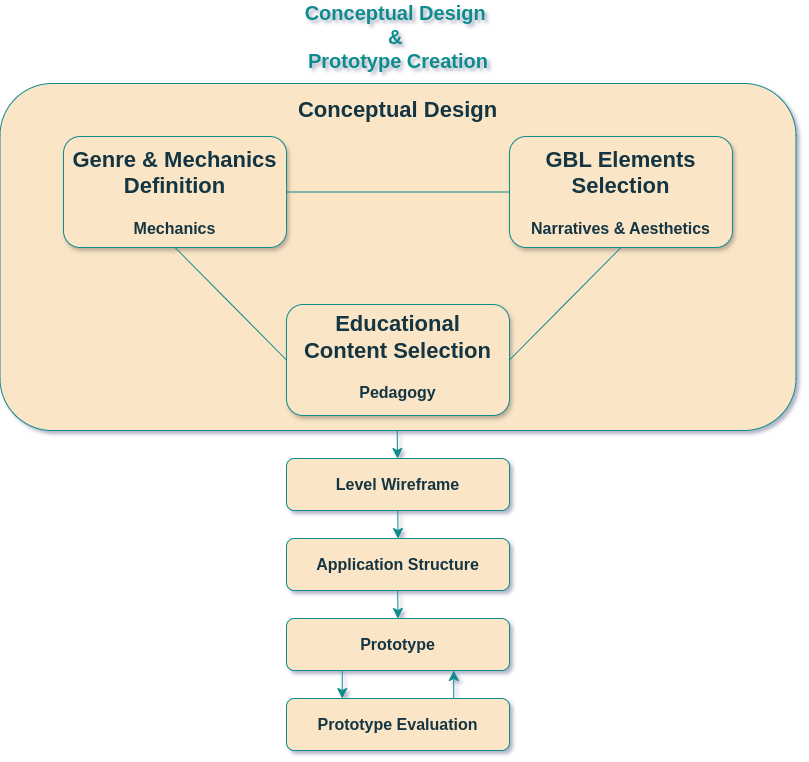
Earlier version of the draw.io export chapter-6/image001_design_flow.png (StelTheo73/thesis-docs). Source tidied: cells renumbered, new cells last; positions are measured from the earlier drawing's top-left corner, leaving out a move shared by most shapes.
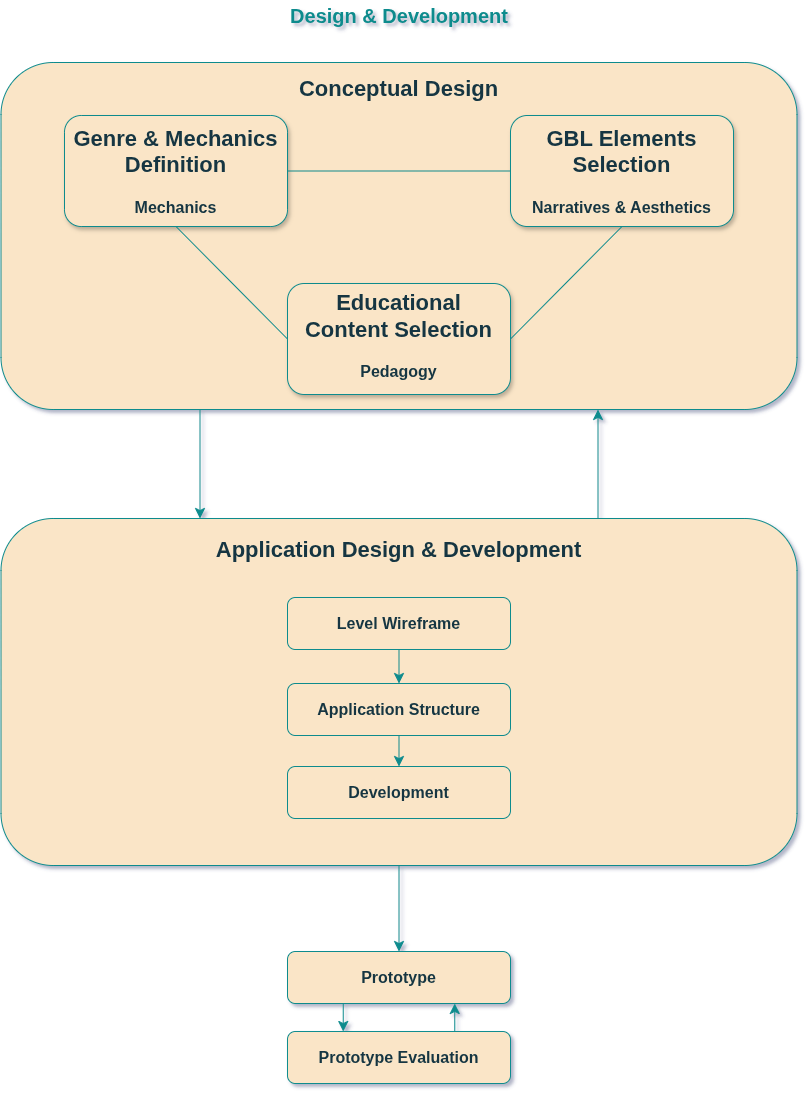
After the change.

Diff of the diagram source:
```diff
@@ -2,60 +2,15 @@
   <root>
     <mxCell id="0" />
     <mxCell id="1" parent="0" />
-    <mxCell id="2" style="rounded=1;whiteSpace=wrap;html=1;labelBackgroundColor=none;fillColor=#FAE5C7;strokeColor=#0F8B8D;fontColor=#143642;" parent="1" vertex="1">
-      <mxGeometry x="287" y="437" width="223" height="52" as="geometry" />
-    </mxCell>
+    <mxCell id="27" style="rounded=1;whiteSpace=wrap;html=1;labelBackgroundColor=none;fillColor=#FAE5C7;strokeColor=#0F8B8D;fontColor=#143642;" parent="1" vertex="1">
+      <mxGeometry x="0.5" y="518" width="796" height="347" as="geometry" />
+    </mxCell>
     <mxCell id="3" style="rounded=1;whiteSpace=wrap;html=1;labelBackgroundColor=none;fillColor=#FAE5C7;strokeColor=#0F8B8D;fontColor=#143642;" parent="1" vertex="1">
       <mxGeometry x="0.5" y="62" width="796" height="347" as="geometry" />
     </mxCell>
-    <mxCell id="4" style="rounded=1;whiteSpace=wrap;html=1;labelBackgroundColor=none;fillColor=#FAE5C7;strokeColor=#0F8B8D;fontColor=#143642;" parent="1" vertex="1">
-      <mxGeometry x="287" y="517" width="223" height="52" as="geometry" />
-    </mxCell>
-    <mxCell id="5" value="&lt;b&gt;&lt;font style=&quot;font-size: 16px;&quot;&gt;Level Wireframe&lt;/font&gt;&lt;/b&gt;" style="text;html=1;align=center;verticalAlign=middle;whiteSpace=wrap;rounded=0;labelBackgroundColor=none;fontColor=#143642;" parent="1" vertex="1">
-      <mxGeometry x="291" y="448" width="215" height="30" as="geometry" />
-    </mxCell>
-    <mxCell id="6" style="rounded=1;whiteSpace=wrap;html=1;labelBackgroundColor=none;fillColor=#FAE5C7;strokeColor=#0F8B8D;fontColor=#143642;" parent="1" vertex="1">
-      <mxGeometry x="287" y="597" width="223" height="52" as="geometry" />
-    </mxCell>
-    <mxCell id="7" value="&lt;b&gt;&lt;font style=&quot;font-size: 16px;&quot;&gt;Prototype&lt;/font&gt;&lt;/b&gt;" style="text;html=1;align=center;verticalAlign=middle;whiteSpace=wrap;rounded=0;labelBackgroundColor=none;fontColor=#143642;" parent="1" vertex="1">
-      <mxGeometry x="291" y="608" width="215" height="30" as="geometry" />
-    </mxCell>
-    <mxCell id="8" style="rounded=1;whiteSpace=wrap;html=1;labelBackgroundColor=none;fillColor=#FAE5C7;strokeColor=#0F8B8D;fontColor=#143642;" parent="1" vertex="1">
-      <mxGeometry x="287" y="677" width="223" height="52" as="geometry" />
-    </mxCell>
-    <mxCell id="9" value="&lt;b&gt;&lt;font style=&quot;font-size: 16px;&quot;&gt;Prototype Evaluation&lt;/font&gt;&lt;/b&gt;" style="text;html=1;align=center;verticalAlign=middle;whiteSpace=wrap;rounded=0;labelBackgroundColor=none;fontColor=#143642;" parent="1" vertex="1">
-      <mxGeometry x="291" y="688" width="215" height="30" as="geometry" />
-    </mxCell>
-    <mxCell id="10" style="endArrow=classic;html=1;rounded=0;strokeColor=light-dark(#0f8b8d, #0F8B8D);fontSize=12;fontColor=#143642;startSize=8;endSize=8;curved=1;fillColor=#FAE5C7;exitX=0.5;exitY=1;exitDx=0;exitDy=0;" parent="1" edge="1">
-      <mxGeometry relative="1" as="geometry">
-        <mxPoint x="397.7" y="409" as="sourcePoint" />
-        <mxPoint x="398" y="437" as="targetPoint" />
-      </mxGeometry>
-    </mxCell>
-    <mxCell id="11" style="endArrow=classic;html=1;rounded=0;strokeColor=light-dark(#0f8b8d, #0F8B8D);fontSize=12;fontColor=#143642;startSize=8;endSize=8;curved=1;fillColor=#FAE5C7;exitX=0.5;exitY=1;exitDx=0;exitDy=0;" parent="1" edge="1">
-      <mxGeometry relative="1" as="geometry">
-        <mxPoint x="398.2" y="569" as="sourcePoint" />
-        <mxPoint x="398.5" y="597" as="targetPoint" />
-      </mxGeometry>
-    </mxCell>
-    <mxCell id="12" style="endArrow=classic;html=1;rounded=0;strokeColor=light-dark(#0f8b8d, #121212);fontSize=12;fontColor=#143642;startSize=8;endSize=8;curved=1;fillColor=#FAE5C7;exitX=0.25;exitY=1;exitDx=0;exitDy=0;entryX=0.25;entryY=0;entryDx=0;entryDy=0;" parent="1" edge="1" source="6" target="8">
-      <mxGeometry relative="1" as="geometry" />
-    </mxCell>
-    <mxCell id="13" style="endArrow=classic;html=1;rounded=0;strokeColor=light-dark(#0f8b8d, #ffa19c);fontSize=12;fontColor=#143642;startSize=8;endSize=8;curved=1;fillColor=#FAE5C7;entryX=0.75;entryY=1;entryDx=0;entryDy=0;exitX=0.75;exitY=0;exitDx=0;exitDy=0;" parent="1" edge="1" source="8" target="6">
-      <mxGeometry relative="1" as="geometry" />
-    </mxCell>
-    <mxCell id="14" value="&lt;font&gt;&lt;b&gt;Conceptual Design&amp;nbsp;&lt;/b&gt;&lt;/font&gt;&lt;div&gt;&lt;font&gt;&lt;b&gt;&amp;amp;&amp;nbsp;&lt;/b&gt;&lt;/font&gt;&lt;/div&gt;&lt;div&gt;&lt;font&gt;&lt;b&gt;Prototype Creation&lt;/b&gt;&lt;/font&gt;&lt;/div&gt;" style="text;html=1;align=center;verticalAlign=middle;whiteSpace=wrap;rounded=0;fontColor=light-dark(#0f8b8d, #adcad5);fontSize=20;" parent="1" vertex="1">
+    <mxCell id="14" value="&lt;b&gt;Design &amp;amp; Development&lt;/b&gt;" style="text;html=1;align=center;verticalAlign=middle;whiteSpace=wrap;rounded=0;fontColor=light-dark(#0f8b8d, #adcad5);fontSize=20;" parent="1" vertex="1">
       <mxGeometry x="268.5" width="260" height="30" as="geometry" />
     </mxCell>
-    <mxCell id="15" value="&lt;span style=&quot;font-size: 16px;&quot;&gt;&lt;b&gt;Application Structure&lt;/b&gt;&lt;/span&gt;" style="text;html=1;align=center;verticalAlign=middle;whiteSpace=wrap;rounded=0;labelBackgroundColor=none;fontColor=#143642;" parent="1" vertex="1">
-      <mxGeometry x="291" y="528" width="215" height="30" as="geometry" />
-    </mxCell>
-    <mxCell id="16" style="endArrow=classic;html=1;rounded=0;strokeColor=light-dark(#0f8b8d, #0F8B8D);fontSize=12;fontColor=#143642;startSize=8;endSize=8;curved=1;fillColor=#FAE5C7;exitX=0.5;exitY=1;exitDx=0;exitDy=0;" parent="1" edge="1">
-      <mxGeometry relative="1" as="geometry">
-        <mxPoint x="398.3" y="489" as="sourcePoint" />
-        <mxPoint x="398.6" y="517" as="targetPoint" />
-      </mxGeometry>
-    </mxCell>
     <mxCell id="17" style="rounded=1;whiteSpace=wrap;html=1;labelBackgroundColor=none;fillColor=#FAE5C7;strokeColor=#0F8B8D;fontColor=#143642;shadow=1;" parent="1" vertex="1">
       <mxGeometry x="64" y="115" width="223" height="111" as="geometry" />
     </mxCell>
@@ -86,5 +41,59 @@
     <mxCell id="26" style="endArrow=none;html=1;rounded=0;entryX=0;entryY=0.5;entryDx=0;entryDy=0;exitX=1;exitY=0.5;exitDx=0;exitDy=0;strokeColor=#0F8B8D;" parent="1" edge="1" source="17" target="21">
       <mxGeometry relative="1" as="geometry" />
     </mxCell>
+    <mxCell id="6" style="rounded=1;whiteSpace=wrap;html=1;labelBackgroundColor=none;fillColor=#FAE5C7;strokeColor=#0F8B8D;fontColor=#143642;" parent="1" vertex="1">
+      <mxGeometry x="287" y="597" width="223" height="52" as="geometry" />
+    </mxCell>
+    <mxCell id="28" style="rounded=1;whiteSpace=wrap;html=1;labelBackgroundColor=none;fillColor=#FAE5C7;strokeColor=#0F8B8D;fontColor=#143642;" parent="1" vertex="1">
+      <mxGeometry x="287" y="683" width="223" height="52" as="geometry" />
+    </mxCell>
+    <mxCell id="5" value="&lt;b&gt;&lt;font style=&quot;font-size: 16px;&quot;&gt;Level Wireframe&lt;/font&gt;&lt;/b&gt;" style="text;html=1;align=center;verticalAlign=middle;whiteSpace=wrap;rounded=0;labelBackgroundColor=none;fontColor=#143642;" parent="1" vertex="1">
+      <mxGeometry x="291" y="608" width="215" height="30" as="geometry" />
+    </mxCell>
+    <mxCell id="29" style="rounded=1;whiteSpace=wrap;html=1;labelBackgroundColor=none;fillColor=#FAE5C7;strokeColor=#0F8B8D;fontColor=#143642;" parent="1" vertex="1">
+      <mxGeometry x="287" y="951" width="223" height="52" as="geometry" />
+    </mxCell>
+    <mxCell id="7" value="&lt;b&gt;&lt;font style=&quot;font-size: 16px;&quot;&gt;Prototype&lt;/font&gt;&lt;/b&gt;" style="text;html=1;align=center;verticalAlign=middle;whiteSpace=wrap;rounded=0;labelBackgroundColor=none;fontColor=#143642;" parent="1" vertex="1">
+      <mxGeometry x="291" y="962" width="215" height="30" as="geometry" />
+    </mxCell>
+    <mxCell id="30" style="rounded=1;whiteSpace=wrap;html=1;labelBackgroundColor=none;fillColor=#FAE5C7;strokeColor=#0F8B8D;fontColor=#143642;" parent="1" vertex="1">
+      <mxGeometry x="287" y="1031" width="223" height="52" as="geometry" />
+    </mxCell>
+    <mxCell id="9" value="&lt;b&gt;&lt;font style=&quot;font-size: 16px;&quot;&gt;Prototype Evaluation&lt;/font&gt;&lt;/b&gt;" style="text;html=1;align=center;verticalAlign=middle;whiteSpace=wrap;rounded=0;labelBackgroundColor=none;fontColor=#143642;" parent="1" vertex="1">
+      <mxGeometry x="291" y="1042" width="215" height="30" as="geometry" />
+    </mxCell>
+    <mxCell id="31" style="endArrow=classic;html=1;rounded=0;strokeColor=light-dark(#0f8b8d, #0F8B8D);fontSize=12;fontColor=#143642;startSize=8;endSize=8;curved=1;fillColor=#FAE5C7;exitX=0.25;exitY=1;exitDx=0;exitDy=0;entryX=0.25;entryY=0;entryDx=0;entryDy=0;" parent="1" edge="1" source="3" target="27">
+      <mxGeometry relative="1" as="geometry" />
+    </mxCell>
+    <mxCell id="32" style="endArrow=classic;html=1;rounded=0;strokeColor=light-dark(#0f8b8d, #121212);fontSize=12;fontColor=#143642;startSize=8;endSize=8;curved=1;fillColor=#FAE5C7;exitX=0.25;exitY=1;exitDx=0;exitDy=0;entryX=0.25;entryY=0;entryDx=0;entryDy=0;" parent="1" edge="1" source="29" target="30">
+      <mxGeometry relative="1" as="geometry" />
+    </mxCell>
+    <mxCell id="33" style="endArrow=classic;html=1;rounded=0;strokeColor=light-dark(#0f8b8d, #ffa19c);fontSize=12;fontColor=#143642;startSize=8;endSize=8;curved=1;fillColor=#FAE5C7;entryX=0.75;entryY=1;entryDx=0;entryDy=0;exitX=0.75;exitY=0;exitDx=0;exitDy=0;" parent="1" edge="1" source="30" target="29">
+      <mxGeometry relative="1" as="geometry" />
+    </mxCell>
+    <mxCell id="15" value="&lt;span style=&quot;font-size: 16px;&quot;&gt;&lt;b&gt;Application Structure&lt;/b&gt;&lt;/span&gt;" style="text;html=1;align=center;verticalAlign=middle;whiteSpace=wrap;rounded=0;labelBackgroundColor=none;fontColor=#143642;" parent="1" vertex="1">
+      <mxGeometry x="291" y="694" width="215" height="30" as="geometry" />
+    </mxCell>
+    <mxCell id="34" style="endArrow=classic;html=1;rounded=0;strokeColor=light-dark(#0f8b8d, #0F8B8D);fontSize=12;fontColor=#143642;startSize=8;endSize=8;curved=1;fillColor=#FAE5C7;entryX=0.5;entryY=0;entryDx=0;entryDy=0;exitX=0.5;exitY=1;exitDx=0;exitDy=0;" parent="1" edge="1" source="28" target="35">
+      <mxGeometry relative="1" as="geometry" />
+    </mxCell>
+    <mxCell id="35" style="rounded=1;whiteSpace=wrap;html=1;labelBackgroundColor=none;fillColor=#FAE5C7;strokeColor=#0F8B8D;fontColor=#143642;" parent="1" vertex="1">
+      <mxGeometry x="287" y="766" width="223" height="52" as="geometry" />
+    </mxCell>
+    <mxCell id="36" value="&lt;span style=&quot;font-size: 16px;&quot;&gt;&lt;b&gt;Development&lt;/b&gt;&lt;/span&gt;" style="text;html=1;align=center;verticalAlign=middle;whiteSpace=wrap;rounded=0;labelBackgroundColor=none;fontColor=#143642;" parent="1" vertex="1">
+      <mxGeometry x="291" y="777" width="215" height="30" as="geometry" />
+    </mxCell>
+    <mxCell id="37" style="endArrow=classic;html=1;rounded=0;strokeColor=light-dark(#0f8b8d, #0F8B8D);fontSize=12;fontColor=#143642;startSize=8;endSize=8;curved=1;fillColor=#FAE5C7;entryX=0.5;entryY=0;entryDx=0;entryDy=0;exitX=0.5;exitY=1;exitDx=0;exitDy=0;" parent="1" edge="1" source="6" target="28">
+      <mxGeometry relative="1" as="geometry" />
+    </mxCell>
+    <mxCell id="38" value="&lt;span style=&quot;font-size: 22px;&quot;&gt;&lt;b&gt;Application Design &amp;amp; Development&lt;/b&gt;&lt;/span&gt;" style="text;html=1;align=center;verticalAlign=middle;whiteSpace=wrap;rounded=0;fillColor=none;fontSize=16;labelBackgroundColor=none;fontColor=#143642;" parent="1" vertex="1">
+      <mxGeometry x="165.8" y="535" width="465.5" height="30" as="geometry" />
+    </mxCell>
+    <mxCell id="39" style="endArrow=classic;html=1;rounded=0;strokeColor=light-dark(#0f8b8d, #0F8B8D);fontSize=12;fontColor=#143642;startSize=8;endSize=8;curved=1;fillColor=#FAE5C7;exitX=0.75;exitY=0;exitDx=0;exitDy=0;entryX=0.75;entryY=1;entryDx=0;entryDy=0;" parent="1" edge="1" source="27" target="3">
+      <mxGeometry relative="1" as="geometry" />
+    </mxCell>
+    <mxCell id="40" style="endArrow=classic;html=1;rounded=0;strokeColor=light-dark(#0f8b8d, #0F8B8D);fontSize=12;fontColor=#143642;startSize=8;endSize=8;curved=1;fillColor=#FAE5C7;exitX=0.5;exitY=1;exitDx=0;exitDy=0;entryX=0.5;entryY=0;entryDx=0;entryDy=0;" parent="1" edge="1" source="27" target="29">
+      <mxGeometry relative="1" as="geometry" />
+    </mxCell>
   </root>
 </mxGraphModel>
```
